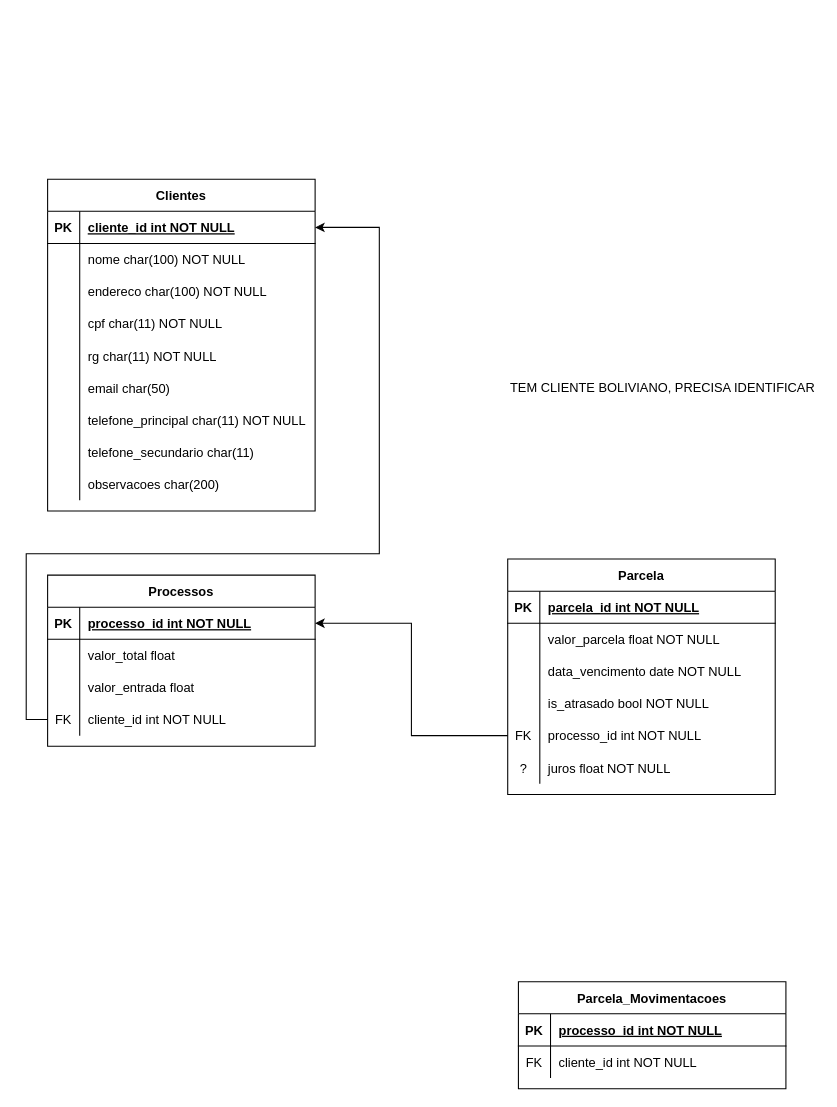
Before: flask/app/docs/db/DB.drawio in lamfsantos/controle-financeiro, a draw.io diagram. Source tidied: cells renumbered, new cells numbered last; positions are measured from the earlier drawing's top-left corner, leaving out a move shared by most shapes. Both pictures are drawn from the tidied source at 107%, with x=0, y=0 at pixel (26, 179).
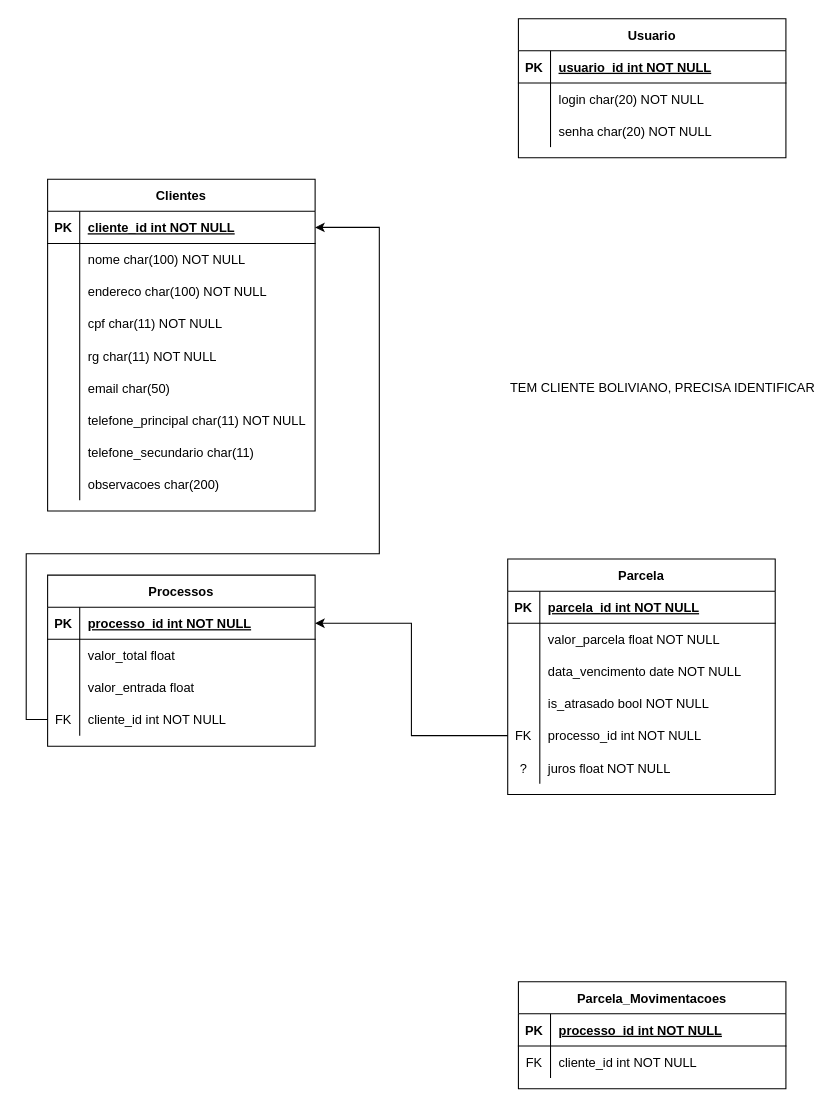
Above is the later version.

Diff of the diagram source:
```diff
@@
+    <mxCell id="72" value="Usuario" style="shape=table;startSize=30;childLayout=tableLayout;rowLines=0;fontStyle=1;align=center;" parent="1" vertex="1">
+      <mxGeometry x="460" y="-150" width="250" height="130" as="geometry" />
+    </mxCell>
+    <mxCell id="73" style="shape=partialRectangle;fillColor=none;top=0;left=0;right=0;bottom=1;" parent="72" vertex="1">
+      <mxGeometry y="30" width="250" height="30" as="geometry" />
+    </mxCell>
+    <mxCell id="74" value="PK" style="shape=partialRectangle;overflow=hidden;fillColor=none;top=0;left=0;bottom=0;right=0;fontStyle=1;" parent="73" vertex="1">
+      <mxGeometry width="30" height="30" as="geometry" />
+    </mxCell>
+    <mxCell id="75" value="usuario_id int NOT NULL " style="shape=partialRectangle;overflow=hidden;fillColor=none;top=0;left=0;bottom=0;right=0;align=left;spacingLeft=6;fontStyle=5;" parent="73" vertex="1">
+      <mxGeometry x="30" width="220" height="30" as="geometry" />
+    </mxCell>
+    <mxCell id="76" style="shape=partialRectangle;fillColor=none;top=0;left=0;right=0;bottom=0;" parent="72" vertex="1">
+      <mxGeometry y="60" width="250" height="30" as="geometry" />
+    </mxCell>
+    <mxCell id="77" style="shape=partialRectangle;overflow=hidden;fillColor=none;top=0;left=0;bottom=0;right=0;" parent="76" vertex="1">
+      <mxGeometry width="30" height="30" as="geometry" />
+    </mxCell>
+    <mxCell id="78" value="login char(20) NOT NULL" style="shape=partialRectangle;overflow=hidden;fillColor=none;top=0;left=0;bottom=0;right=0;align=left;spacingLeft=6;" parent="76" vertex="1">
+      <mxGeometry x="30" width="220" height="30" as="geometry" />
+    </mxCell>
+    <mxCell id="79" style="shape=partialRectangle;fillColor=none;top=0;left=0;right=0;bottom=0;" parent="72" vertex="1">
+      <mxGeometry y="90" width="250" height="30" as="geometry" />
+    </mxCell>
+    <mxCell id="80" style="shape=partialRectangle;overflow=hidden;fillColor=none;top=0;left=0;bottom=0;right=0;" parent="79" vertex="1">
+      <mxGeometry width="30" height="30" as="geometry" />
+    </mxCell>
+    <mxCell id="81" value="senha char(20) NOT NULL" style="shape=partialRectangle;overflow=hidden;fillColor=none;top=0;left=0;bottom=0;right=0;align=left;spacingLeft=6;" parent="79" vertex="1">
+      <mxGeometry x="30" width="220" height="30" as="geometry" />
+    </mxCell>
```
